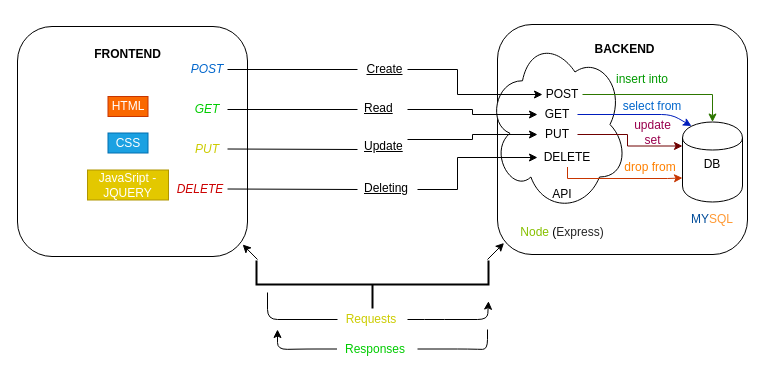
The draw.io diagram Untitled Diagram.drawio in trottdeaje/fullstack-full-time, before the edit. Source tidied: cells renumbered, new cells numbered last; positions are measured from the earlier drawing's top-left corner, leaving out a move shared by most shapes. Both pictures are drawn from the tidied source at 100%, with x=0, y=0 at pixel (17, 24). Pictures stored in the file or linked from it are replaced by grey dashed boxes.
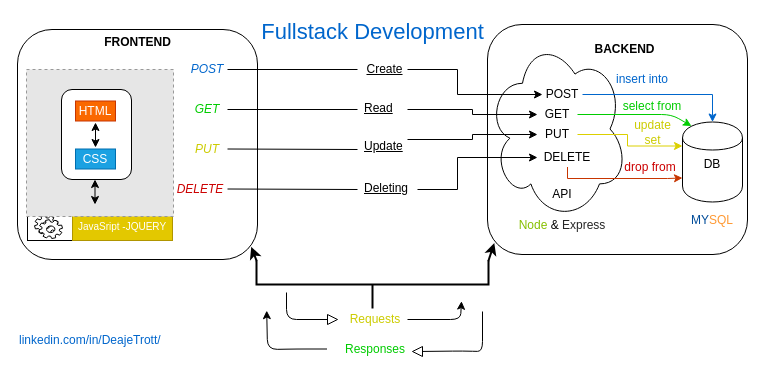
After the change.

The change refers to these unchanged cells:
```xml
<mxCell id="7" value="POST" style="text;html=1;strokeColor=none;fillColor=none;align=center;verticalAlign=middle;whiteSpace=wrap;rounded=0;" parent="1" vertex="1">
  <mxGeometry x="525" y="60" width="40" height="20" as="geometry" />
</mxCell>
<mxCell id="8" value="GET" style="text;html=1;strokeColor=none;fillColor=none;align=center;verticalAlign=middle;whiteSpace=wrap;rounded=0;" parent="1" vertex="1">
  <mxGeometry x="520" y="80" width="40" height="20" as="geometry" />
</mxCell>
<mxCell id="10" value="PUT" style="text;html=1;strokeColor=none;fillColor=none;align=center;verticalAlign=middle;whiteSpace=wrap;rounded=0;" parent="1" vertex="1">
  <mxGeometry x="520" y="100" width="40" height="20" as="geometry" />
</mxCell>
<mxCell id="35" style="shape=cylinder;whiteSpace=wrap;html=1;boundedLbl=1;backgroundOutline=1;" parent="1" vertex="1">
  <mxGeometry x="665" y="97.5" width="60" height="80" as="geometry" />
</mxCell>
<mxCell id="38" style="strokeWidth=2;html=1;shape=mxgraph.flowchart.annotation_2;align=left;labelPosition=right;rotation=-90;" parent="1" vertex="1">
  <mxGeometry x="331" y="144" width="48" height="232" as="geometry" />
</mxCell>
```

Diff of the diagram source:
```diff
@@
+    <mxCell id="13" style="rounded=1;whiteSpace=wrap;html=1;" parent="1" vertex="1">
+      <mxGeometry y="5" width="240" height="230" as="geometry" />
+    </mxCell>
     <mxCell id="2" style="rounded=1;whiteSpace=wrap;html=1;" parent="1" vertex="1">
-      <mxGeometry x="480" width="250" height="230" as="geometry" />
+      <mxGeometry x="470" width="260" height="230" as="geometry" />
     </mxCell>
     <mxCell id="3" style="ellipse;shape=cloud;whiteSpace=wrap;html=1;" parent="1" vertex="1">
-      <mxGeometry x="470" y="12.5" width="140" height="175" as="geometry" />
+      <mxGeometry x="470" y="13" width="140" height="183" as="geometry" />
     </mxCell>
@@
-    <mxCell id="6" style="edgeStyle=orthogonalEdgeStyle;rounded=0;jettySize=auto;html=1;entryX=0.5;entryY=0;entryDx=0;entryDy=0;fillColor=#60a917;strokeColor=#2D7600;" parent="1" edge="1" source="7" target="35">
+    <mxCell id="6" style="edgeStyle=orthogonalEdgeStyle;rounded=0;jettySize=auto;html=1;entryX=0.5;entryY=0;entryDx=0;entryDy=0;fillColor=#60a917;strokeColor=#0066CC;fontColor=#0066CC;" parent="1" edge="1" source="7" target="35">
       <mxGeometry relative="1" as="geometry" />
     </mxCell>
@@
-    <mxCell id="9" style="edgeStyle=orthogonalEdgeStyle;rounded=0;jettySize=auto;html=1;entryX=0;entryY=0.3;entryDx=0;entryDy=0;fillColor=#a20025;strokeColor=#6F0000;" parent="1" edge="1" source="10" target="35">
+    <mxCell id="9" style="edgeStyle=orthogonalEdgeStyle;rounded=0;jettySize=auto;html=1;entryX=0;entryY=0.3;entryDx=0;entryDy=0;fillColor=#a20025;strokeColor=#dbd000;fontColor=#FFD966;" parent="1" edge="1" source="10" target="35">
       <mxGeometry relative="1" as="geometry">
         <Array as="points">
           <mxPoint x="610" y="110" />
           <mxPoint x="610" y="122" />
         </Array>
       </mxGeometry>
     </mxCell>
@@
-    <mxCell id="13" style="rounded=1;whiteSpace=wrap;html=1;" parent="1" vertex="1">
-      <mxGeometry y="2" width="230" height="230" as="geometry" />
-    </mxCell>
     <mxCell id="14" value="&lt;b&gt;FRONTEND&lt;/b&gt;" style="text;html=1;strokeColor=none;fillColor=none;align=center;verticalAlign=middle;whiteSpace=wrap;rounded=0;" parent="1" vertex="1">
-      <mxGeometry x="43" y="5" width="135" height="50" as="geometry" />
+      <mxGeometry x="52.5" y="-7" width="135" height="50" as="geometry" />
     </mxCell>
@@
-    <mxCell id="23" value="HTML" style="text;html=1;strokeColor=#C73500;fillColor=#fa6800;align=center;verticalAlign=middle;whiteSpace=wrap;rounded=0;fontColor=#ffffff;" parent="1" vertex="1">
-      <mxGeometry x="90.5" y="72" width="40" height="20" as="geometry" />
-    </mxCell>
-    <mxCell id="24" value="CSS" style="text;html=1;strokeColor=#006EAF;fillColor=#1ba1e2;align=center;verticalAlign=middle;whiteSpace=wrap;rounded=0;fontColor=#ffffff;" parent="1" vertex="1">
-      <mxGeometry x="90.5" y="108.5" width="40" height="20" as="geometry" />
-    </mxCell>
-    <mxCell id="25" value="JavaSript -JQUERY" style="text;html=1;strokeColor=#B09500;fillColor=#e3c800;align=center;verticalAlign=middle;whiteSpace=wrap;rounded=0;fontColor=#ffffff;" parent="1" vertex="1">
-      <mxGeometry x="70" y="145.5" width="81" height="30" as="geometry" />
-    </mxCell>
@@
-    <mxCell id="34" value="&lt;font color=&quot;#87c000&quot;&gt;Node&lt;/font&gt;&amp;nbsp;(&lt;font color=&quot;#262626&quot;&gt;Express)&lt;/font&gt;" style="text;html=1;strokeColor=none;fillColor=none;align=center;verticalAlign=middle;whiteSpace=wrap;rounded=0;" parent="1" vertex="1">
-      <mxGeometry x="525" y="197.5" width="40" height="20" as="geometry" />
+    <mxCell id="34" value="&lt;font color=&quot;#87c000&quot;&gt;Node&lt;/font&gt;&amp;nbsp;&amp;amp;&amp;nbsp;&lt;font color=&quot;#262626&quot;&gt;Express&lt;/font&gt;" style="text;html=1;strokeColor=none;fillColor=none;align=center;verticalAlign=middle;whiteSpace=wrap;rounded=0;" parent="1" vertex="1">
+      <mxGeometry x="525" y="190.5" width="40" height="20" as="geometry" />
     </mxCell>
@@
     <mxCell id="37" value="&lt;font color=&quot;#004c99&quot;&gt;MY&lt;/font&gt;&lt;font color=&quot;#ff9933&quot;&gt;SQL&lt;/font&gt;" style="text;html=1;strokeColor=none;fillColor=none;align=center;verticalAlign=middle;whiteSpace=wrap;rounded=0;" parent="1" vertex="1">
-      <mxGeometry x="675" y="185" width="40" height="20" as="geometry" />
+      <mxGeometry x="675" y="186" width="40" height="20" as="geometry" />
     </mxCell>
@@
-    <mxCell id="39" style="endArrow=classic;html=1;entryX=0.152;entryY=1;entryDx=0;entryDy=0;entryPerimeter=0;" parent="1" edge="1" target="38">
+    <mxCell id="39" style="endArrow=classic;html=1;entryX=0.152;entryY=1;entryDx=0;entryDy=0;entryPerimeter=0;" parent="1" edge="1">
       <mxGeometry relative="1" as="geometry">
         <mxPoint x="390" y="295" as="sourcePoint" />
+        <mxPoint x="444" y="276.7" as="targetPoint" />
         <Array as="points">
-          <mxPoint x="417" y="295" />
-          <mxPoint x="470" y="295" />
+          <mxPoint x="390" y="295" />
+          <mxPoint x="443" y="295" />
         </Array>
       </mxGeometry>
     </mxCell>
     <mxCell id="40" value="&lt;font color=&quot;#cccc00&quot;&gt;Requests&lt;/font&gt;" style="text;html=1;strokeColor=none;fillColor=none;align=center;verticalAlign=middle;whiteSpace=wrap;rounded=0;" parent="1" vertex="1">
-      <mxGeometry x="334" y="285" width="40" height="20" as="geometry" />
+      <mxGeometry x="338" y="285" width="40" height="20" as="geometry" />
     </mxCell>
@@
-    <mxCell id="42" style="endArrow=classic;html=1;" parent="1" edge="1">
+    <mxCell id="42" style="endArrow=classic;html=1;entryX=-0.044;entryY=0.044;entryDx=0;entryDy=0;entryPerimeter=0;" parent="1" edge="1" target="38">
       <mxGeometry relative="1" as="geometry">
-        <mxPoint x="319.5" y="324.5" as="sourcePoint" />
-        <mxPoint x="260" y="305" as="targetPoint" />
+        <mxPoint x="309.5" y="324.5" as="sourcePoint" />
         <Array as="points">
-          <mxPoint x="289.5" y="324.5" />
-          <mxPoint x="260" y="325" />
+          <mxPoint x="279.5" y="324.5" />
+          <mxPoint x="250" y="325" />
         </Array>
       </mxGeometry>
     </mxCell>
-    <mxCell id="43" style="endArrow=none;html=1;" parent="1" edge="1">
-      <mxGeometry relative="1" as="geometry">
-        <mxPoint x="250" y="268" as="sourcePoint" />
-        <mxPoint x="320" y="295" as="targetPoint" />
-        <Array as="points">
-          <mxPoint x="250" y="295" />
-        </Array>
-      </mxGeometry>
-    </mxCell>
-    <mxCell id="44" style="endArrow=none;html=1;" parent="1" edge="1">
+    <mxCell id="44" style="endArrow=none;html=1;" parent="1" edge="1" source="55">
       <mxGeometry relative="1" as="geometry">
-        <mxPoint x="400" y="324.5" as="sourcePoint" />
-        <mxPoint x="470" y="305" as="targetPoint" />
+        <mxPoint x="465" y="287" as="targetPoint" />
         <Array as="points">
-          <mxPoint x="450" y="324.5" />
-          <mxPoint x="470" y="325" />
+          <mxPoint x="445" y="326.5" />
+          <mxPoint x="465" y="327" />
         </Array>
       </mxGeometry>
     </mxCell>
-    <mxCell id="45" value="&lt;font color=&quot;#009900&quot;&gt;insert into&lt;/font&gt;" style="text;html=1;strokeColor=none;fillColor=none;align=center;verticalAlign=middle;whiteSpace=wrap;rounded=0;" parent="1" vertex="1">
+    <mxCell id="45" value="&lt;font color=&quot;#0066cc&quot;&gt;insert into&lt;/font&gt;" style="text;html=1;strokeColor=none;fillColor=none;align=center;verticalAlign=middle;whiteSpace=wrap;rounded=0;" parent="1" vertex="1">
       <mxGeometry x="595" y="45" width="60" height="20" as="geometry" />
     </mxCell>
-    <mxCell id="46" style="endArrow=classic;html=1;entryX=0.15;entryY=0.05;entryDx=0;entryDy=0;entryPerimeter=0;exitX=1;exitY=0.5;exitDx=0;exitDy=0;fillColor=#0050ef;strokeColor=#001DBC;" parent="1" edge="1" source="8" target="35">
+    <mxCell id="46" style="endArrow=classic;html=1;entryX=0.15;entryY=0.05;entryDx=0;entryDy=0;entryPerimeter=0;exitX=1;exitY=0.5;exitDx=0;exitDy=0;fillColor=#0050ef;strokeColor=#00CC00;" parent="1" edge="1" source="8" target="35">
       <mxGeometry relative="1" as="geometry">
         <Array as="points">
           <mxPoint x="654" y="90" />
         </Array>
       </mxGeometry>
     </mxCell>
-    <mxCell id="47" value="&lt;font color=&quot;#0066cc&quot;&gt;select from&lt;/font&gt;" style="text;html=1;strokeColor=none;fillColor=none;align=center;verticalAlign=middle;whiteSpace=wrap;rounded=0;" parent="1" vertex="1">
+    <mxCell id="47" value="&lt;font color=&quot;#00cc00&quot;&gt;select from&lt;/font&gt;" style="text;html=1;strokeColor=none;fillColor=none;align=center;verticalAlign=middle;whiteSpace=wrap;rounded=0;" parent="1" vertex="1">
       <mxGeometry x="595" y="71.5" width="80" height="20" as="geometry" />
     </mxCell>
-    <mxCell id="48" value="update set" style="text;html=1;strokeColor=none;fillColor=none;align=center;verticalAlign=middle;whiteSpace=wrap;rounded=0;fontColor=#99004D;" parent="1" vertex="1">
+    <mxCell id="48" value="&lt;font color=&quot;#cccc00&quot;&gt;update set&lt;/font&gt;" style="text;html=1;strokeColor=none;fillColor=none;align=center;verticalAlign=middle;whiteSpace=wrap;rounded=0;fontColor=#FFD966;" parent="1" vertex="1">
       <mxGeometry x="607.5" y="97.5" width="55" height="20" as="geometry" />
     </mxCell>
-    <mxCell id="49" value="drop from" style="text;html=1;strokeColor=none;fillColor=none;align=center;verticalAlign=middle;whiteSpace=wrap;rounded=0;fontColor=#FF8000;" parent="1" vertex="1">
+    <mxCell id="49" value="&lt;font color=&quot;#cc0000&quot;&gt;drop from&lt;/font&gt;" style="text;html=1;strokeColor=none;fillColor=none;align=center;verticalAlign=middle;whiteSpace=wrap;rounded=0;fontColor=#FF8000;" parent="1" vertex="1">
       <mxGeometry x="602.5" y="132.5" width="60" height="20" as="geometry" />
     </mxCell>
-    <mxCell id="50" style="endArrow=classic;html=1;entryX=0.979;entryY=0.948;entryDx=0;entryDy=0;entryPerimeter=0;" parent="1" edge="1" target="13">
-      <mxGeometry relative="1" as="geometry">
-        <mxPoint x="240" y="235" as="sourcePoint" />
-      </mxGeometry>
+    <mxCell id="50" style="endArrow=classic;html=1;entryX=0.974;entryY=0.945;entryDx=0;entryDy=0;entryPerimeter=0;strokeWidth=2;exitX=0.987;exitY=0.001;exitDx=0;exitDy=0;exitPerimeter=0;" parent="1" edge="1" source="38" target="13">
+      <mxGeometry relative="1" as="geometry" />
     </mxCell>
-    <mxCell id="51" style="endArrow=classic;html=1;entryX=0.026;entryY=0.95;entryDx=0;entryDy=0;entryPerimeter=0;" parent="1" edge="1" target="2">
+    <mxCell id="51" style="endArrow=classic;html=1;entryX=0.026;entryY=0.95;entryDx=0;entryDy=0;entryPerimeter=0;strokeWidth=2;exitX=0.985;exitY=0.999;exitDx=0;exitDy=0;exitPerimeter=0;" parent="1" edge="1">
       <mxGeometry relative="1" as="geometry">
-        <mxPoint x="470" y="235" as="sourcePoint" />
+        <mxPoint x="470.8" y="236.7" as="sourcePoint" />
+        <mxPoint x="476.8" y="218.5" as="targetPoint" />
       </mxGeometry>
     </mxCell>
+    <mxCell id="52" style="rounded=0;whiteSpace=wrap;html=1;" parent="1" vertex="1">
+      <mxGeometry x="10" y="187" width="113" height="29" as="geometry" />
+    </mxCell>
+    <mxCell id="25" value="&lt;font style=&quot;font-size: 10px&quot;&gt;JavaSript -JQUERY&lt;/font&gt;" style="text;html=1;strokeColor=#B09500;fillColor=#e3c800;align=center;verticalAlign=middle;whiteSpace=wrap;rounded=0;fontColor=#ffffff;" parent="1" vertex="1">
+      <mxGeometry x="55" y="187" width="100" height="29" as="geometry" />
+    </mxCell>
+    <mxCell id="53" style="shape=mxgraph.bpmn.service_task;html=1;" parent="1" vertex="1">
+      <mxGeometry x="17" y="191" width="28" height="23" as="geometry" />
+    </mxCell>
+    <mxCell id="54" style="fillColor=#E6E6E6;strokeColor=#999999;dashed=1;html=1;verticalAlign=top;verticalLabelPosition=bottom;labelBackgroundColor=#ffffff;" parent="1" vertex="1">
+      <mxGeometry x="9" y="45" width="147" height="147" as="geometry" />
+    </mxCell>
+    <mxCell id="55" style="triangle;whiteSpace=wrap;html=1;fontColor=#0066CC;rotation=180;" parent="1" vertex="1">
+      <mxGeometry x="395" y="322" width="10" height="10" as="geometry" />
+    </mxCell>
+    <mxCell id="56" style="endArrow=none;html=1;" parent="1" edge="1" target="55">
+      <mxGeometry relative="1" as="geometry">
+        <mxPoint x="395" y="326.5" as="sourcePoint" />
+      </mxGeometry>
+    </mxCell>
+    <mxCell id="57" style="triangle;whiteSpace=wrap;html=1;fontColor=#0066CC;rotation=0;" parent="1" vertex="1">
+      <mxGeometry x="310" y="290" width="10" height="10" as="geometry" />
+    </mxCell>
+    <mxCell id="58" style="endArrow=none;html=1;" parent="1" edge="1" target="57">
+      <mxGeometry relative="1" as="geometry">
+        <mxPoint x="269" y="268" as="sourcePoint" />
+        <Array as="points">
+          <mxPoint x="269" y="295" />
+        </Array>
+      </mxGeometry>
+    </mxCell>
+    <mxCell id="59" value="&lt;font style=&quot;font-size: 22px&quot;&gt;Fullstack Development&lt;/font&gt;" style="text;html=1;strokeColor=none;fillColor=none;align=center;verticalAlign=middle;whiteSpace=wrap;rounded=0;fontColor=#0066CC;" parent="1" vertex="1">
+      <mxGeometry x="228.5" y="-2" width="253" height="20" as="geometry" />
+    </mxCell>
+    <mxCell id="60" style="rounded=1;whiteSpace=wrap;html=1;" parent="1" vertex="1">
+      <mxGeometry x="44" y="65" width="70" height="90" as="geometry" />
+    </mxCell>
+    <mxCell id="23" value="HTML" style="text;html=1;strokeColor=#C73500;fillColor=#fa6800;align=center;verticalAlign=middle;whiteSpace=wrap;rounded=0;fontColor=#ffffff;" parent="1" vertex="1">
+      <mxGeometry x="58" y="76.5" width="40" height="20" as="geometry" />
+    </mxCell>
+    <mxCell id="24" value="CSS" style="text;html=1;strokeColor=#006EAF;fillColor=#1ba1e2;align=center;verticalAlign=middle;whiteSpace=wrap;rounded=0;fontColor=#ffffff;" parent="1" vertex="1">
+      <mxGeometry x="58" y="124.5" width="40" height="20" as="geometry" />
+    </mxCell>
+    <mxCell id="61" style="endArrow=classic;startArrow=classic;html=1;" parent="1" edge="1">
+      <mxGeometry relative="1" as="geometry">
+        <mxPoint x="78" y="123" as="sourcePoint" />
+        <mxPoint x="78" y="98" as="targetPoint" />
+      </mxGeometry>
+    </mxCell>
+    <mxCell id="62" style="endArrow=classic;startArrow=classic;html=1;" parent="1" edge="1">
+      <mxGeometry relative="1" as="geometry">
+        <mxPoint x="77.5" y="180" as="sourcePoint" />
+        <mxPoint x="77.5" y="155" as="targetPoint" />
+      </mxGeometry>
+    </mxCell>
+    <mxCell id="63" value="&lt;font color=&quot;#0066cc&quot;&gt;linkedin.com/in/DeajeTrott/&lt;/font&gt;" style="text;html=1;" parent="1" vertex="1">
+      <mxGeometry y="302" width="230" height="30" as="geometry" />
+    </mxCell>
```
